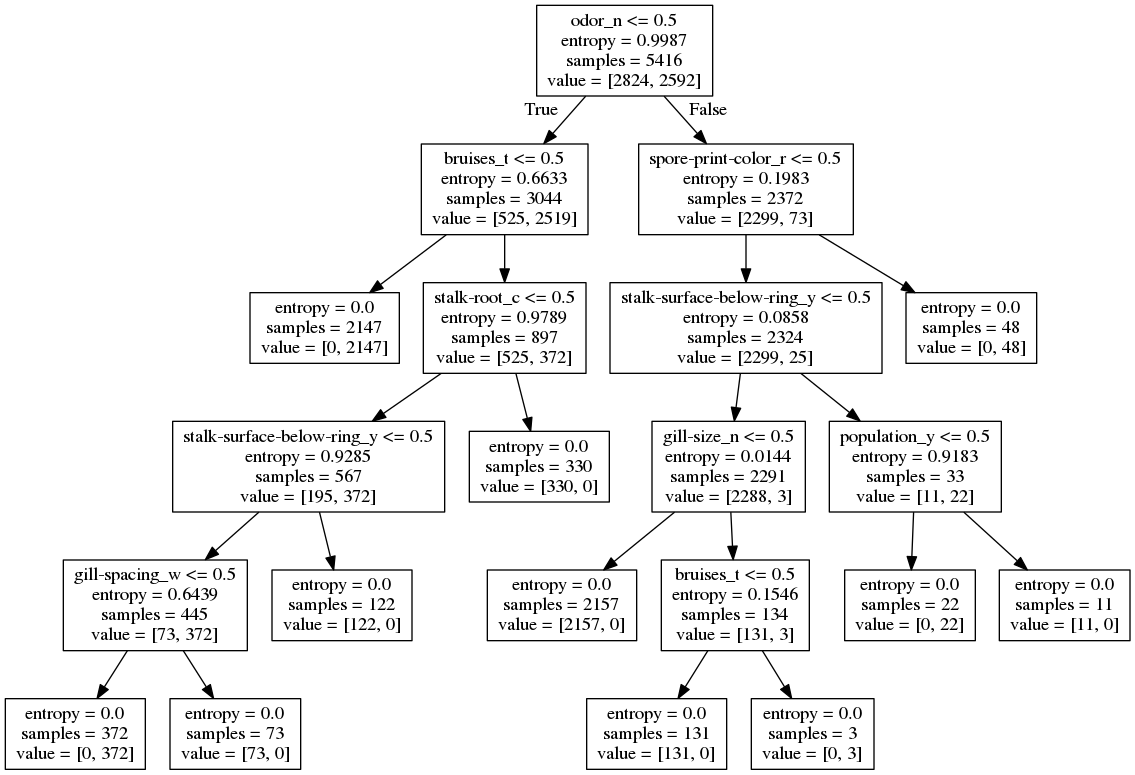
Earlier version of the Graphviz export assets/optimal.png (taekim97/Poisonous-Mushrooms). Its source is kept beside it as assets/optimal.dot.
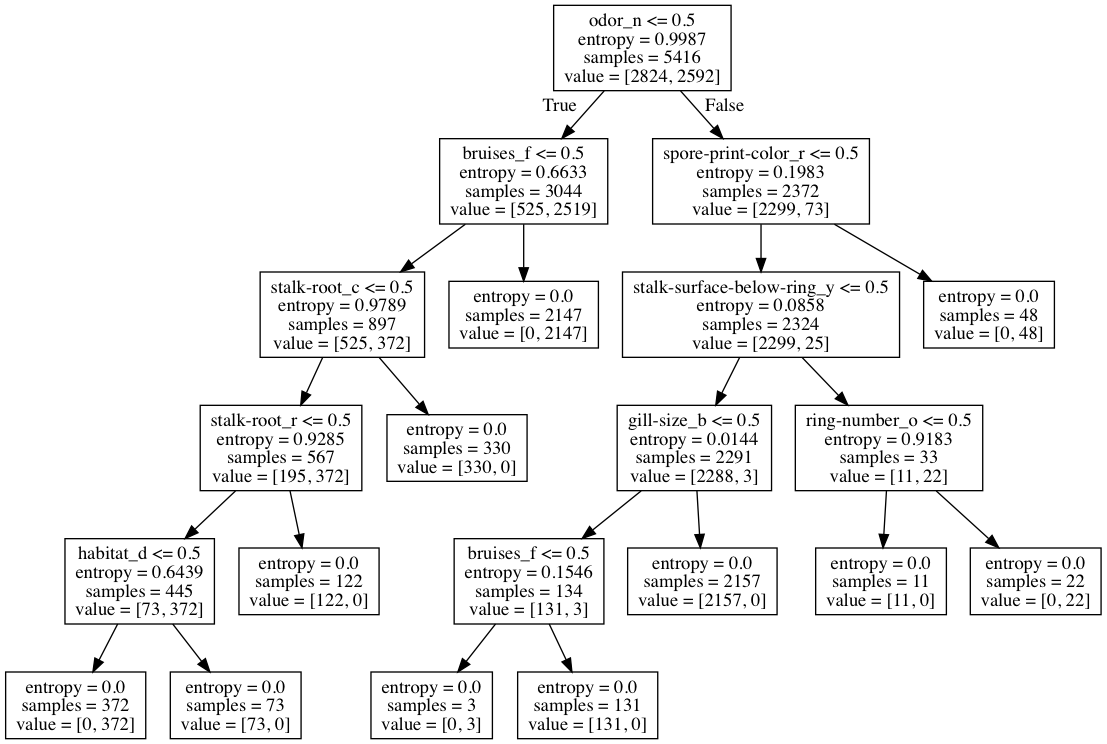
After the change.

Change to the diagram source:
```diff
@@ -1,43 +1,43 @@
 digraph Tree {
 node [shape=box] ;
 0 [label="odor_n <= 0.5\nentropy = 0.9987\nsamples = 5416\nvalue = [2824, 2592]"] ;
-1 [label="bruises_t <= 0.5\nentropy = 0.6633\nsamples = 3044\nvalue = [525, 2519]"] ;
+1 [label="bruises_f <= 0.5\nentropy = 0.6633\nsamples = 3044\nvalue = [525, 2519]"] ;
 0 -> 1 [labeldistance=2.5, labelangle=45, headlabel="True"] ;
-2 [label="entropy = 0.0\nsamples = 2147\nvalue = [0, 2147]"] ;
+2 [label="stalk-root_c <= 0.5\nentropy = 0.9789\nsamples = 897\nvalue = [525, 372]"] ;
 1 -> 2 ;
-3 [label="stalk-root_c <= 0.5\nentropy = 0.9789\nsamples = 897\nvalue = [525, 372]"] ;
-1 -> 3 ;
-4 [label="stalk-surface-below-ring_y <= 0.5\nentropy = 0.9285\nsamples = 567\nvalue = [195, 372]"] ;
+3 [label="stalk-root_r <= 0.5\nentropy = 0.9285\nsamples = 567\nvalue = [195, 372]"] ;
+2 -> 3 ;
+4 [label="habitat_d <= 0.5\nentropy = 0.6439\nsamples = 445\nvalue = [73, 372]"] ;
 3 -> 4 ;
-5 [label="gill-spacing_w <= 0.5\nentropy = 0.6439\nsamples = 445\nvalue = [73, 372]"] ;
+5 [label="entropy = 0.0\nsamples = 372\nvalue = [0, 372]"] ;
 4 -> 5 ;
-6 [label="entropy = 0.0\nsamples = 372\nvalue = [0, 372]"] ;
-5 -> 6 ;
-7 [label="entropy = 0.0\nsamples = 73\nvalue = [73, 0]"] ;
-5 -> 7 ;
-8 [label="entropy = 0.0\nsamples = 122\nvalue = [122, 0]"] ;
-4 -> 8 ;
-9 [label="entropy = 0.0\nsamples = 330\nvalue = [330, 0]"] ;
-3 -> 9 ;
+6 [label="entropy = 0.0\nsamples = 73\nvalue = [73, 0]"] ;
+4 -> 6 ;
+7 [label="entropy = 0.0\nsamples = 122\nvalue = [122, 0]"] ;
+3 -> 7 ;
+8 [label="entropy = 0.0\nsamples = 330\nvalue = [330, 0]"] ;
+2 -> 8 ;
+9 [label="entropy = 0.0\nsamples = 2147\nvalue = [0, 2147]"] ;
+1 -> 9 ;
 10 [label="spore-print-color_r <= 0.5\nentropy = 0.1983\nsamples = 2372\nvalue = [2299, 73]"] ;
 0 -> 10 [labeldistance=2.5, labelangle=-45, headlabel="False"] ;
 11 [label="stalk-surface-below-ring_y <= 0.5\nentropy = 0.0858\nsamples = 2324\nvalue = [2299, 25]"] ;
 10 -> 11 ;
-12 [label="gill-size_n <= 0.5\nentropy = 0.0144\nsamples = 2291\nvalue = [2288, 3]"] ;
+12 [label="gill-size_b <= 0.5\nentropy = 0.0144\nsamples = 2291\nvalue = [2288, 3]"] ;
 11 -> 12 ;
-13 [label="entropy = 0.0\nsamples = 2157\nvalue = [2157, 0]"] ;
+13 [label="bruises_f <= 0.5\nentropy = 0.1546\nsamples = 134\nvalue = [131, 3]"] ;
 12 -> 13 ;
-14 [label="bruises_t <= 0.5\nentropy = 0.1546\nsamples = 134\nvalue = [131, 3]"] ;
-12 -> 14 ;
+14 [label="entropy = 0.0\nsamples = 3\nvalue = [0, 3]"] ;
+13 -> 14 ;
 15 [label="entropy = 0.0\nsamples = 131\nvalue = [131, 0]"] ;
-14 -> 15 ;
-16 [label="entropy = 0.0\nsamples = 3\nvalue = [0, 3]"] ;
-14 -> 16 ;
-17 [label="population_y <= 0.5\nentropy = 0.9183\nsamples = 33\nvalue = [11, 22]"] ;
+13 -> 15 ;
+16 [label="entropy = 0.0\nsamples = 2157\nvalue = [2157, 0]"] ;
+12 -> 16 ;
+17 [label="ring-number_o <= 0.5\nentropy = 0.9183\nsamples = 33\nvalue = [11, 22]"] ;
 11 -> 17 ;
-18 [label="entropy = 0.0\nsamples = 22\nvalue = [0, 22]"] ;
+18 [label="entropy = 0.0\nsamples = 11\nvalue = [11, 0]"] ;
 17 -> 18 ;
-19 [label="entropy = 0.0\nsamples = 11\nvalue = [11, 0]"] ;
+19 [label="entropy = 0.0\nsamples = 22\nvalue = [0, 22]"] ;
 17 -> 19 ;
 20 [label="entropy = 0.0\nsamples = 48\nvalue = [0, 48]"] ;
 10 -> 20 ;
```
